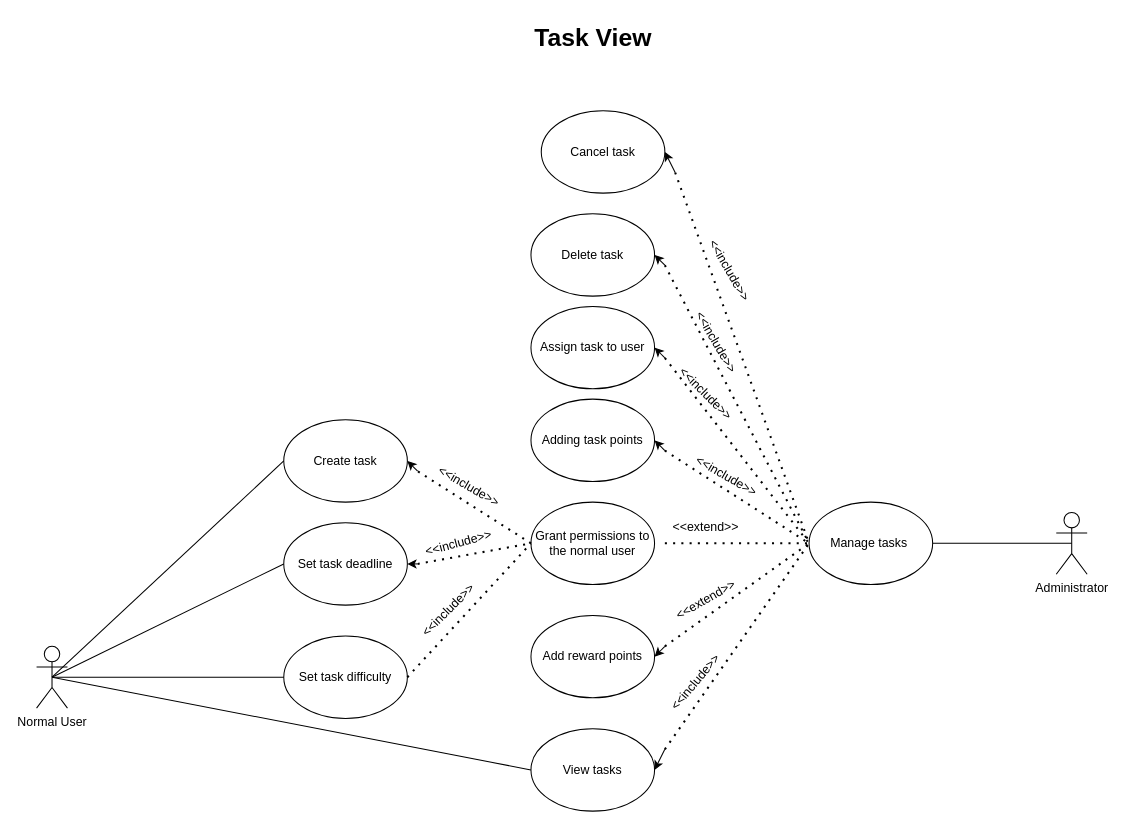
Earlier version of the draw.io diagram use_case/UseCase1.drawio (DiaconuAndr3i/ASSMS-Project). Source tidied: cells renumbered, new cells numbered last; positions are measured from the earlier drawing's top-left corner, leaving out a move shared by most shapes. Both pictures are drawn from the tidied source at 103%, with x=0, y=0 at pixel (36, 18).
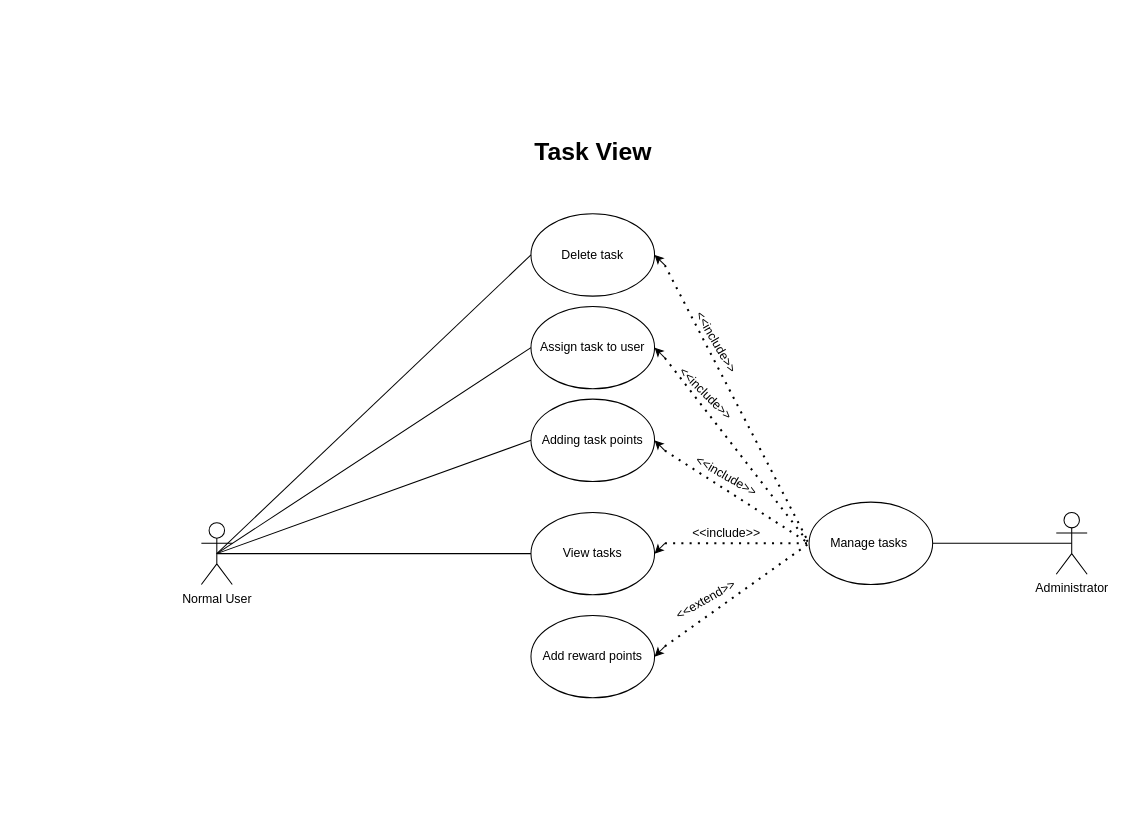
Above is the later version.

Unchanged cells that the change refers to:
```xml
<mxCell id="3" value="Manage tasks&amp;nbsp;" style="ellipse;whiteSpace=wrap;html=1;" parent="1" vertex="1">
  <mxGeometry x="750" y="470" width="120" height="80" as="geometry" />
</mxCell>
<mxCell id="20" value="Adding task points" style="ellipse;whiteSpace=wrap;html=1;" parent="1" vertex="1">
  <mxGeometry x="480" y="370" width="120" height="80" as="geometry" />
</mxCell>
<mxCell id="21" value="Assign task to user" style="ellipse;whiteSpace=wrap;html=1;" parent="1" vertex="1">
  <mxGeometry x="480" y="280" width="120" height="80" as="geometry" />
</mxCell>
<mxCell id="23" value="Delete task" style="ellipse;whiteSpace=wrap;html=1;" parent="1" vertex="1">
  <mxGeometry x="480" y="190" width="120" height="80" as="geometry" />
</mxCell>
```

What changed in the source:
```diff
@@
     <mxCell id="2" value="Normal User" style="shape=umlActor;verticalLabelPosition=bottom;verticalAlign=top;html=1;outlineConnect=0;" parent="1" vertex="1">
-      <mxGeometry y="610" width="30" height="60" as="geometry" />
+      <mxGeometry x="160" y="490" width="30" height="60" as="geometry" />
     </mxCell>
@@
-    <mxCell id="4" value="Grant permissions to the normal user" style="ellipse;whiteSpace=wrap;html=1;" parent="1" vertex="1">
-      <mxGeometry x="480" y="470" width="120" height="80" as="geometry" />
-    </mxCell>
-    <mxCell id="5" style="endArrow=none;dashed=1;html=1;dashPattern=1 3;strokeWidth=2;rounded=0;entryX=0;entryY=0.5;entryDx=0;entryDy=0;" parent="1" edge="1" target="3">
-      <mxGeometry relative="1" as="geometry">
-        <mxPoint x="610" y="510" as="sourcePoint" />
-      </mxGeometry>
-    </mxCell>
@@
-    <mxCell id="7" value="&amp;lt;&amp;lt;extend&amp;gt;&amp;gt;" style="text;html=1;strokeColor=none;fillColor=none;align=center;verticalAlign=middle;whiteSpace=wrap;rounded=0;rotation=0;" parent="1" vertex="1">
-      <mxGeometry x="620" y="480" width="60" height="30" as="geometry" />
-    </mxCell>
-    <mxCell id="8" value="Create task" style="ellipse;whiteSpace=wrap;html=1;" parent="1" vertex="1">
-      <mxGeometry x="240" y="390" width="120" height="80" as="geometry" />
-    </mxCell>
-    <mxCell id="9" value="Set task deadline" style="ellipse;whiteSpace=wrap;html=1;" parent="1" vertex="1">
-      <mxGeometry x="240" y="490" width="120" height="80" as="geometry" />
-    </mxCell>
-    <mxCell id="10" value="Set task difficulty" style="ellipse;whiteSpace=wrap;html=1;" parent="1" vertex="1">
-      <mxGeometry x="240" y="600" width="120" height="80" as="geometry" />
-    </mxCell>
-    <mxCell id="11" style="endArrow=none;dashed=1;html=1;dashPattern=1 3;strokeWidth=2;rounded=0;exitX=0;exitY=0.5;exitDx=0;exitDy=0;" parent="1" edge="1" source="4">
-      <mxGeometry relative="1" as="geometry">
-        <mxPoint x="370" y="440" as="targetPoint" />
-      </mxGeometry>
-    </mxCell>
-    <mxCell id="12" style="endArrow=classic;html=1;rounded=0;entryX=1;entryY=0.5;entryDx=0;entryDy=0;" parent="1" edge="1" target="8">
-      <mxGeometry relative="1" as="geometry">
-        <mxPoint x="370" y="440" as="sourcePoint" />
-      </mxGeometry>
-    </mxCell>
-    <mxCell id="13" value="&amp;lt;&amp;lt;include&amp;gt;&amp;gt;" style="text;html=1;strokeColor=none;fillColor=none;align=center;verticalAlign=middle;whiteSpace=wrap;rounded=0;rotation=30;" parent="1" vertex="1">
-      <mxGeometry x="390" y="440" width="60" height="30" as="geometry" />
-    </mxCell>
-    <mxCell id="14" style="endArrow=none;dashed=1;html=1;dashPattern=1 3;strokeWidth=2;rounded=0;entryX=0;entryY=0.5;entryDx=0;entryDy=0;" parent="1" edge="1" target="4">
-      <mxGeometry relative="1" as="geometry">
-        <mxPoint x="370" y="530" as="sourcePoint" />
-      </mxGeometry>
-    </mxCell>
-    <mxCell id="15" style="endArrow=classic;html=1;rounded=0;entryX=1;entryY=0.5;entryDx=0;entryDy=0;" parent="1" edge="1" target="9">
-      <mxGeometry relative="1" as="geometry">
-        <mxPoint x="370" y="530" as="sourcePoint" />
-      </mxGeometry>
-    </mxCell>
-    <mxCell id="16" value="&amp;lt;&amp;lt;include&amp;gt;&amp;gt;" style="text;html=1;strokeColor=none;fillColor=none;align=center;verticalAlign=middle;whiteSpace=wrap;rounded=0;rotation=-15;" parent="1" vertex="1">
-      <mxGeometry x="380" y="495" width="60" height="30" as="geometry" />
-    </mxCell>
-    <mxCell id="17" style="endArrow=none;dashed=1;html=1;dashPattern=1 3;strokeWidth=2;rounded=0;exitX=1;exitY=0.5;exitDx=0;exitDy=0;entryX=0;entryY=0.5;entryDx=0;entryDy=0;" parent="1" edge="1" source="10" target="4">
-      <mxGeometry relative="1" as="geometry" />
-    </mxCell>
-    <mxCell id="18" value="&amp;lt;&amp;lt;include&amp;gt;&amp;gt;" style="text;html=1;strokeColor=none;fillColor=none;align=center;verticalAlign=middle;whiteSpace=wrap;rounded=0;rotation=-45;" parent="1" vertex="1">
-      <mxGeometry x="370" y="570" width="60" height="10" as="geometry" />
-    </mxCell>
     <mxCell id="19" value="View tasks" style="ellipse;whiteSpace=wrap;html=1;" parent="1" vertex="1">
-      <mxGeometry x="480" y="690" width="120" height="80" as="geometry" />
+      <mxGeometry x="480" y="480" width="120" height="80" as="geometry" />
     </mxCell>
@@
-    <mxCell id="22" value="Cancel task" style="ellipse;whiteSpace=wrap;html=1;" parent="1" vertex="1">
-      <mxGeometry x="490" y="90" width="120" height="80" as="geometry" />
-    </mxCell>
@@
     <mxCell id="29" style="endArrow=none;dashed=1;html=1;dashPattern=1 3;strokeWidth=2;rounded=0;fontSize=12;entryX=0;entryY=0.5;entryDx=0;entryDy=0;" parent="1" edge="1" target="3">
       <mxGeometry relative="1" as="geometry">
-        <mxPoint x="610" y="710" as="sourcePoint" />
+        <mxPoint x="610" y="510" as="sourcePoint" />
       </mxGeometry>
     </mxCell>
-    <mxCell id="30" value="&amp;lt;&amp;lt;include&amp;gt;&amp;gt;" style="text;html=1;strokeColor=none;fillColor=none;align=center;verticalAlign=middle;whiteSpace=wrap;rounded=0;rotation=-50;" parent="1" vertex="1">
-      <mxGeometry x="610" y="640" width="60" height="10" as="geometry" />
+    <mxCell id="30" value="&amp;lt;&amp;lt;include&amp;gt;&amp;gt;" style="text;html=1;strokeColor=none;fillColor=none;align=center;verticalAlign=middle;whiteSpace=wrap;rounded=0;rotation=0;" parent="1" vertex="1">
+      <mxGeometry x="640" y="495" width="60" height="10" as="geometry" />
     </mxCell>
-    <mxCell id="31" style="endArrow=classic;html=1;rounded=0;fontSize=12;entryX=1;entryY=0.5;entryDx=0;entryDy=0;" parent="1" edge="1" target="19">
-      <mxGeometry relative="1" as="geometry">
-        <mxPoint x="610" y="710" as="sourcePoint" />
-      </mxGeometry>
-    </mxCell>
@@
-    <mxCell id="41" style="endArrow=none;dashed=1;html=1;dashPattern=1 3;strokeWidth=2;rounded=0;fontSize=12;entryX=0;entryY=0.5;entryDx=0;entryDy=0;" parent="1" edge="1" target="3">
-      <mxGeometry relative="1" as="geometry">
-        <mxPoint x="620" y="150" as="sourcePoint" />
-      </mxGeometry>
-    </mxCell>
-    <mxCell id="42" value="&amp;lt;&amp;lt;include&amp;gt;&amp;gt;" style="text;html=1;strokeColor=none;fillColor=none;align=center;verticalAlign=middle;whiteSpace=wrap;rounded=0;rotation=60;" parent="1" vertex="1">
-      <mxGeometry x="642.7" y="230" width="60" height="30" as="geometry" />
-    </mxCell>
-    <mxCell id="43" style="endArrow=classic;html=1;rounded=0;fontSize=12;entryX=1;entryY=0.5;entryDx=0;entryDy=0;" parent="1" edge="1" target="22">
-      <mxGeometry relative="1" as="geometry">
-        <mxPoint x="620" y="150" as="sourcePoint" />
-      </mxGeometry>
-    </mxCell>
-    <mxCell id="44" style="endArrow=none;html=1;rounded=0;fontSize=12;entryX=0;entryY=0.5;entryDx=0;entryDy=0;exitX=0.5;exitY=0.5;exitDx=0;exitDy=0;exitPerimeter=0;" parent="1" edge="1" source="2" target="8">
-      <mxGeometry relative="1" as="geometry" />
-    </mxCell>
-    <mxCell id="45" style="endArrow=none;html=1;rounded=0;fontSize=12;entryX=0.5;entryY=0.5;entryDx=0;entryDy=0;entryPerimeter=0;exitX=0;exitY=0.5;exitDx=0;exitDy=0;" parent="1" edge="1" source="9" target="2">
-      <mxGeometry relative="1" as="geometry" />
-    </mxCell>
-    <mxCell id="46" style="endArrow=none;html=1;rounded=0;fontSize=12;entryX=0.5;entryY=0.5;entryDx=0;entryDy=0;entryPerimeter=0;exitX=0;exitY=0.5;exitDx=0;exitDy=0;" parent="1" edge="1" source="10" target="2">
-      <mxGeometry relative="1" as="geometry" />
-    </mxCell>
@@
     <mxCell id="48" value="&lt;b&gt;&lt;font style=&quot;font-size: 24px;&quot;&gt;Task View&lt;/font&gt;&lt;/b&gt;" style="text;html=1;align=center;verticalAlign=middle;strokeColor=none;fillColor=none;fontSize=12;" parent="1" vertex="1">
-      <mxGeometry x="470" width="140" height="40" as="geometry" />
+      <mxGeometry x="470" y="110" width="140" height="40" as="geometry" />
     </mxCell>
+    <mxCell id="49" style="endArrow=classic;html=1;rounded=0;entryX=1;entryY=0.5;entryDx=0;entryDy=0;" parent="1" edge="1" target="19">
+      <mxGeometry relative="1" as="geometry">
+        <mxPoint x="610" y="510" as="sourcePoint" />
+      </mxGeometry>
+    </mxCell>
+    <mxCell id="50" style="endArrow=none;html=1;rounded=0;exitX=0.5;exitY=0.5;exitDx=0;exitDy=0;exitPerimeter=0;entryX=0;entryY=0.5;entryDx=0;entryDy=0;" parent="1" edge="1" source="2" target="23">
+      <mxGeometry relative="1" as="geometry" />
+    </mxCell>
+    <mxCell id="51" style="endArrow=none;html=1;rounded=0;exitX=0.5;exitY=0.5;exitDx=0;exitDy=0;exitPerimeter=0;entryX=0;entryY=0.5;entryDx=0;entryDy=0;" parent="1" edge="1" source="2" target="21">
+      <mxGeometry relative="1" as="geometry" />
+    </mxCell>
+    <mxCell id="52" style="endArrow=none;html=1;rounded=0;exitX=0.5;exitY=0.5;exitDx=0;exitDy=0;exitPerimeter=0;entryX=0;entryY=0.5;entryDx=0;entryDy=0;" parent="1" edge="1" source="2" target="20">
+      <mxGeometry relative="1" as="geometry" />
+    </mxCell>
```
